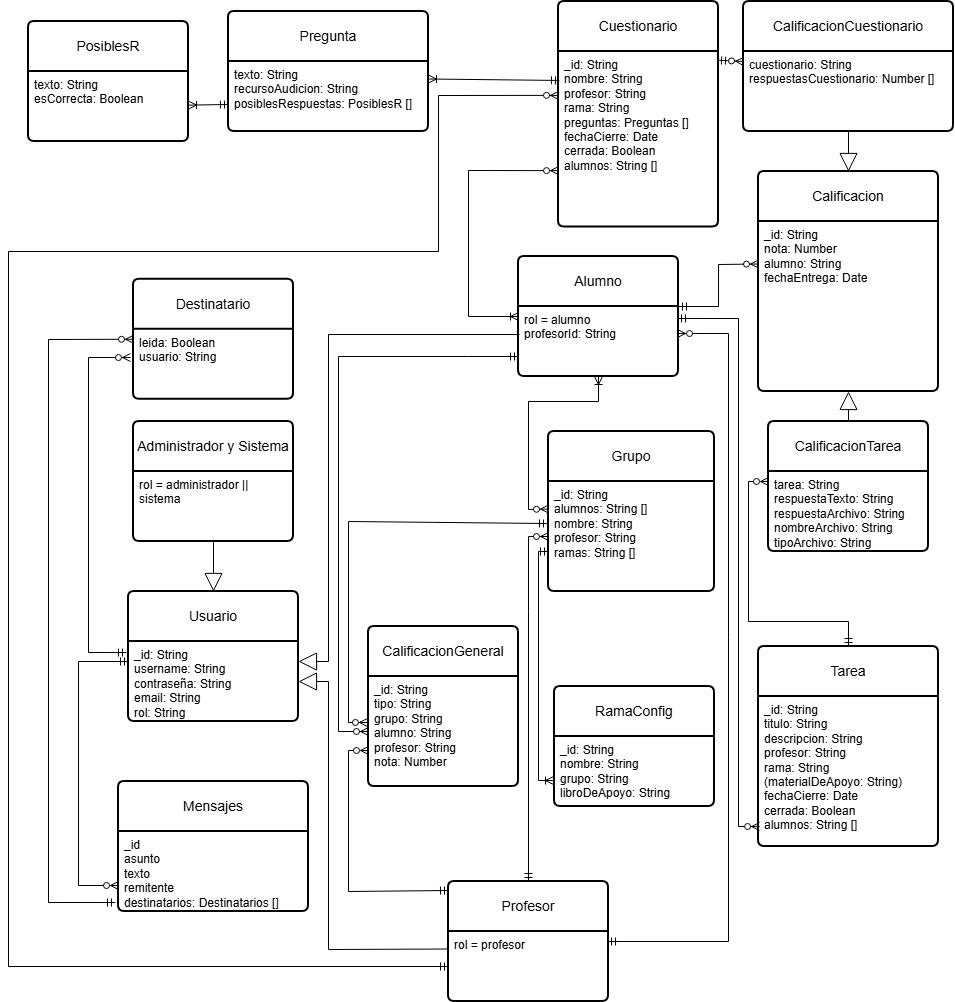
Before: complemento/Figuras/modelo_Conceptual.png, a diagram exported from draw.io (selugc4/SolfEdge). Source tidied: cells renumbered, new cells last; positions are measured from the earlier drawing's top-left corner, leaving out a move shared by most shapes.
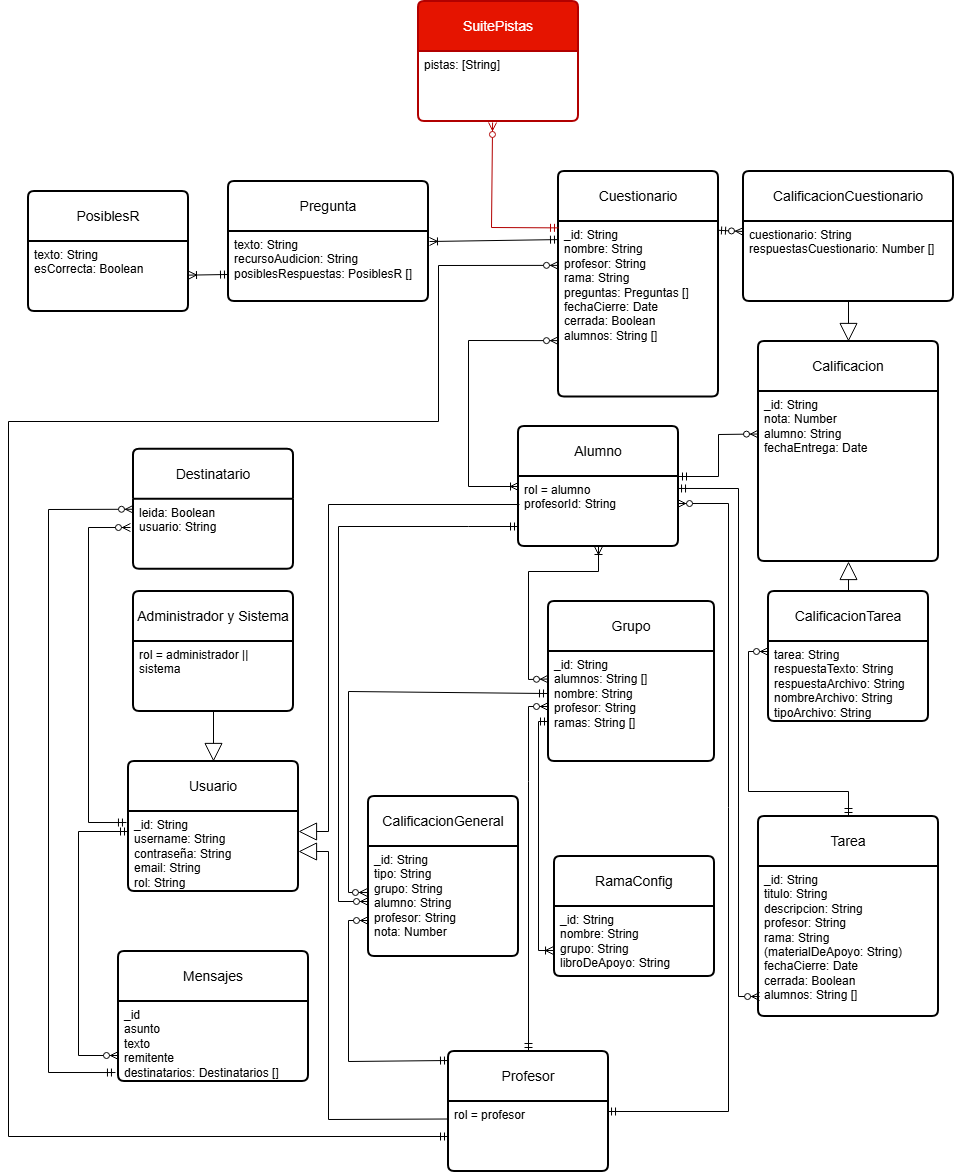
Above is the later version.

What changed in the source:
```diff
@@ -223,7 +223,7 @@
     <mxCell id="49" value="texto: String&lt;div&gt;esCorrecta: Boolean&lt;/div&gt;" style="align=left;strokeColor=none;fillColor=none;spacingLeft=4;spacingRight=4;fontSize=12;verticalAlign=top;html=1;whiteSpace=wrap;" parent="48" vertex="1">
       <mxGeometry y="50" width="160" height="70" as="geometry" />
     </mxCell>
-    <mxCell id="50" style="fontSize=12;html=1;endArrow=ERoneToMany;startArrow=ERmandOne;rounded=0;entryX=1;entryY=0.25;entryDx=0;entryDy=0;exitX=0.006;exitY=0.165;exitDx=0;exitDy=0;exitPerimeter=0;" parent="1" edge="1" source="13" target="47">
+    <mxCell id="50" style="fontSize=12;html=1;endArrow=ERoneToMany;startArrow=ERmandOne;rounded=0;entryX=1.005;entryY=0.143;entryDx=0;entryDy=0;exitX=0;exitY=0.103;exitDx=0;exitDy=0;exitPerimeter=0;entryPerimeter=0;" parent="1" edge="1" source="13" target="47">
       <mxGeometry relative="1" as="geometry" />
     </mxCell>
     <mxCell id="51" style="fontSize=12;html=1;endArrow=ERoneToMany;startArrow=ERmandOne;rounded=0;exitX=0;exitY=0.614;exitDx=0;exitDy=0;exitPerimeter=0;" parent="1" edge="1" source="47" target="49">
@@ -260,5 +260,18 @@
         </Array>
       </mxGeometry>
     </mxCell>
+    <mxCell id="57" value="SuitePistas" style="swimlane;horizontal=1;startSize=50;rounded=1;fontSize=14;fontStyle=0;strokeWidth=2;shadow=0;dashed=0;align=center;arcSize=4;whiteSpace=wrap;html=1;fillColor=#e51400;strokeColor=#B20000;fontColor=#ffffff;fillStyle=auto;gradientColor=none;swimlaneFillColor=default;glass=0;" parent="1" vertex="1">
+      <mxGeometry x="410" y="-170" width="160" height="120" as="geometry" />
+    </mxCell>
+    <mxCell id="58" value="pistas: [String]" style="align=left;strokeColor=none;fillColor=none;spacingLeft=4;spacingRight=4;fontSize=12;verticalAlign=top;html=1;whiteSpace=wrap;" parent="57" vertex="1">
+      <mxGeometry y="50" width="160" height="70" as="geometry" />
+    </mxCell>
+    <mxCell id="59" style="fontSize=12;html=1;endArrow=ERzeroToMany;startArrow=ERmandOne;rounded=0;exitX=0;exitY=0.25;exitDx=0;exitDy=0;entryX=0.463;entryY=1.014;entryDx=0;entryDy=0;entryPerimeter=0;fillColor=#e51400;strokeColor=#B20000;" parent="1" edge="1" source="12" target="58">
+      <mxGeometry relative="1" as="geometry">
+        <Array as="points">
+          <mxPoint x="483" y="56" />
+        </Array>
+      </mxGeometry>
+    </mxCell>
   </root>
 </mxGraphModel>
```
